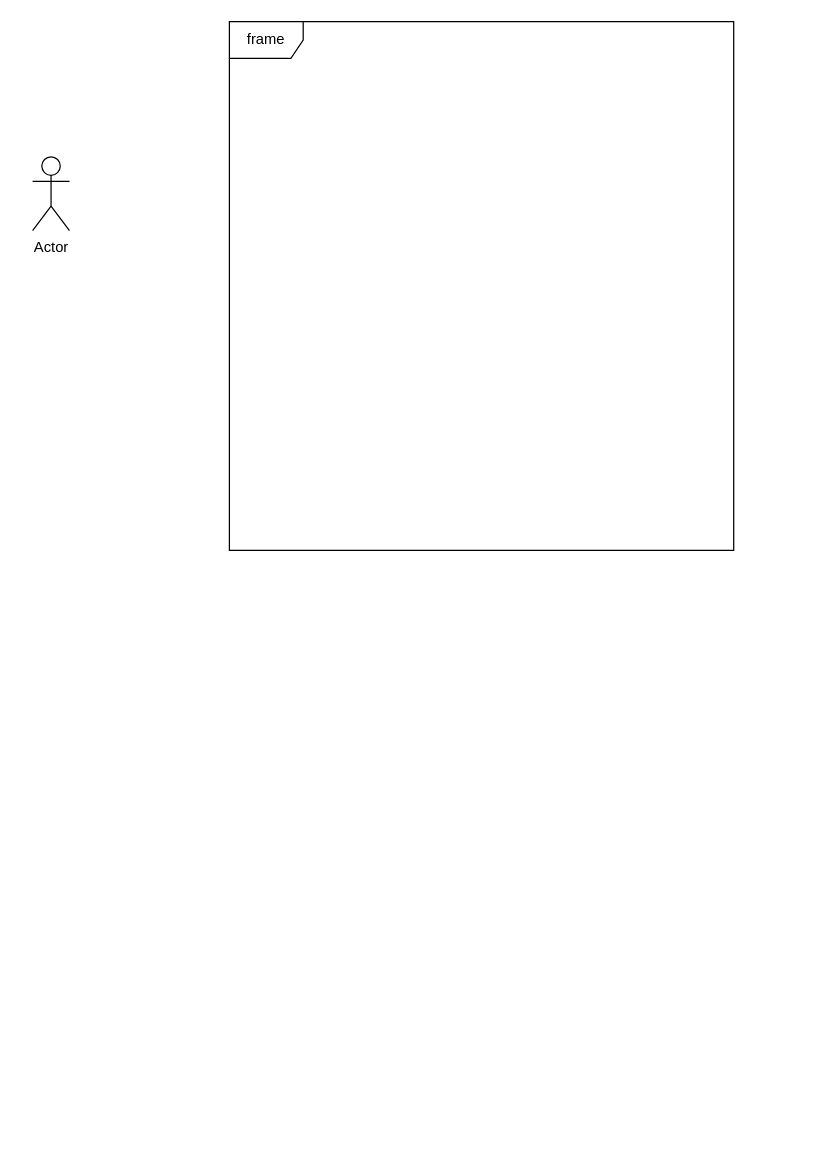
This is useCaseDiagram.drawio from r-asano/kaihatsubuKenshu, a draw.io file, before an edit. Source tidied: cells renumbered, new cells numbered last; positions are measured from the earlier drawing's top-left corner, leaving out a move shared by most shapes. Both pictures are drawn from the tidied source at 123%, with x=0, y=0 at pixel (32, 21).
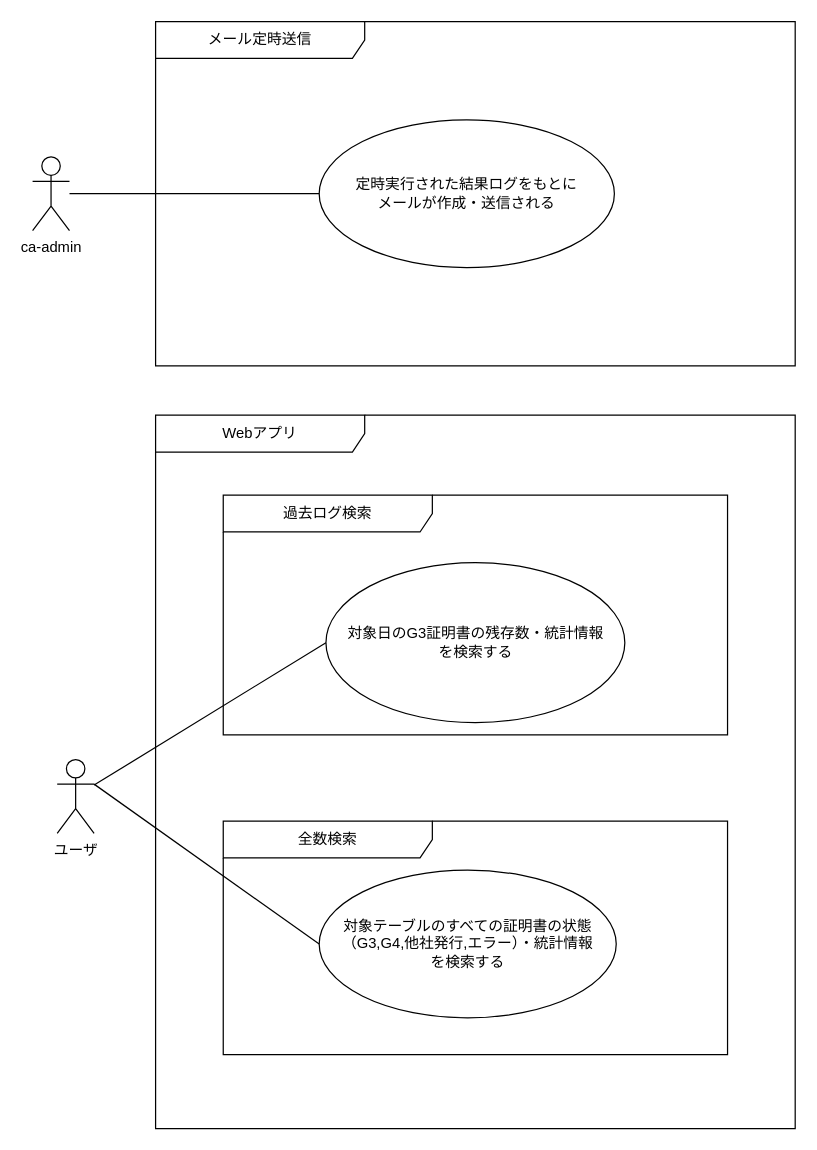
The same diagram, later.

Change to the diagram source:
```diff
@@
 <mxGraphModel>
   <root>
     <mxCell id="0" />
     <mxCell id="1" parent="0" />
+    <mxCell id="4" value="メール定時送信" style="shape=umlFrame;whiteSpace=wrap;html=1;width=170;height=30;" parent="1" vertex="1">
+      <mxGeometry x="100" width="520" height="280" as="geometry" />
+    </mxCell>
-    <mxCell id="2" value="Actor" style="shape=umlActor;verticalLabelPosition=bottom;verticalAlign=top;html=1;" parent="1" vertex="1">
+    <mxCell id="2" value="&lt;div&gt;ca-admin&lt;/div&gt;" style="shape=umlActor;verticalLabelPosition=bottom;verticalAlign=top;html=1;" parent="1" vertex="1">
       <mxGeometry y="110" width="30" height="60" as="geometry" />
     </mxCell>
-    <mxCell id="3" value="frame" style="shape=umlFrame;whiteSpace=wrap;html=1;" parent="1" vertex="1">
-      <mxGeometry x="160" width="410" height="430" as="geometry" />
-    </mxCell>
+    <mxCell id="5" value="Webアプリ" style="shape=umlFrame;whiteSpace=wrap;html=1;width=170;height=30;" parent="1" vertex="1">
+      <mxGeometry x="100" y="320" width="520" height="580" as="geometry" />
+    </mxCell>
+    <mxCell id="6" value="過去ログ検索" style="shape=umlFrame;whiteSpace=wrap;html=1;width=170;height=30;" parent="1" vertex="1">
+      <mxGeometry x="155" y="385" width="410" height="195" as="geometry" />
+    </mxCell>
+    <mxCell id="7" value="全数検索" style="shape=umlFrame;whiteSpace=wrap;html=1;width=170;height=30;" parent="1" vertex="1">
+      <mxGeometry x="155" y="650" width="410" height="190" as="geometry" />
+    </mxCell>
+    <mxCell id="8" value="&lt;div&gt;定時実行された結果ログをもとに&lt;/div&gt;&lt;div&gt;メールが作成・送信される&lt;/div&gt;" style="ellipse;whiteSpace=wrap;html=1;" parent="1" vertex="1">
+      <mxGeometry x="233" y="80" width="240" height="120" as="geometry" />
+    </mxCell>
+    <mxCell id="9" style="endArrow=none;html=1;entryX=0;entryY=0.5;entryDx=0;entryDy=0;" parent="1" edge="1" source="2" target="8">
+      <mxGeometry relative="1" as="geometry" />
+    </mxCell>
+    <mxCell id="10" value="ユーザ" style="shape=umlActor;verticalLabelPosition=bottom;verticalAlign=top;html=1;" parent="1" vertex="1">
+      <mxGeometry x="20" y="600" width="30" height="60" as="geometry" />
+    </mxCell>
+    <mxCell id="11" value="&lt;div&gt;対象日のG3証明書の残存数・統計情報&lt;/div&gt;&lt;div&gt;を検索する&lt;br&gt;&lt;/div&gt;" style="ellipse;whiteSpace=wrap;html=1;" parent="1" vertex="1">
+      <mxGeometry x="238.5" y="440" width="243" height="130" as="geometry" />
+    </mxCell>
+    <mxCell id="12" style="endArrow=none;html=1;entryX=0;entryY=0.5;entryDx=0;entryDy=0;" parent="1" edge="1" source="10" target="11">
+      <mxGeometry relative="1" as="geometry" />
+    </mxCell>
+    <mxCell id="13" value="&lt;div&gt;対象テーブルのすべての証明書の状態（G3,G4,他社発行,エラー）・統計情報&lt;/div&gt;&lt;div&gt;を検索する&lt;br&gt;&lt;/div&gt;" style="ellipse;whiteSpace=wrap;html=1;" parent="1" vertex="1">
+      <mxGeometry x="233" y="690" width="241.5" height="120" as="geometry" />
+    </mxCell>
+    <mxCell id="14" style="endArrow=none;html=1;exitX=1;exitY=0.3333333333333333;exitDx=0;exitDy=0;exitPerimeter=0;entryX=0;entryY=0.5;entryDx=0;entryDy=0;" parent="1" edge="1" source="10" target="13">
+      <mxGeometry relative="1" as="geometry" />
+    </mxCell>
   </root>
 </mxGraphModel>
```
